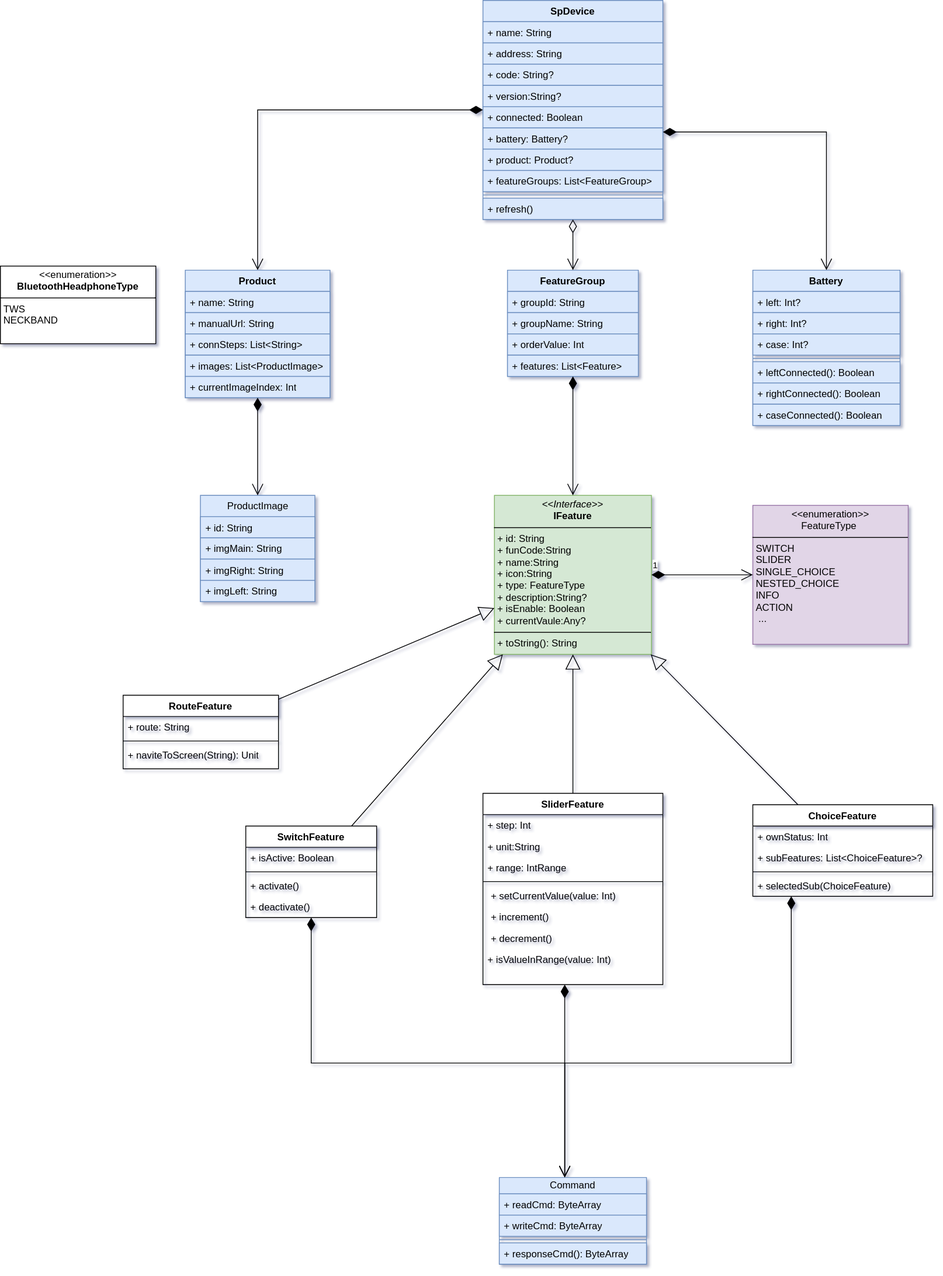
Above: sp-device.drawio.svg in kekemao00/draw-libs (draw.io), before the change. Source tidied: cells renumbered, new cells last; positions are measured from the earlier drawing's top-left corner, leaving out a move shared by most shapes.
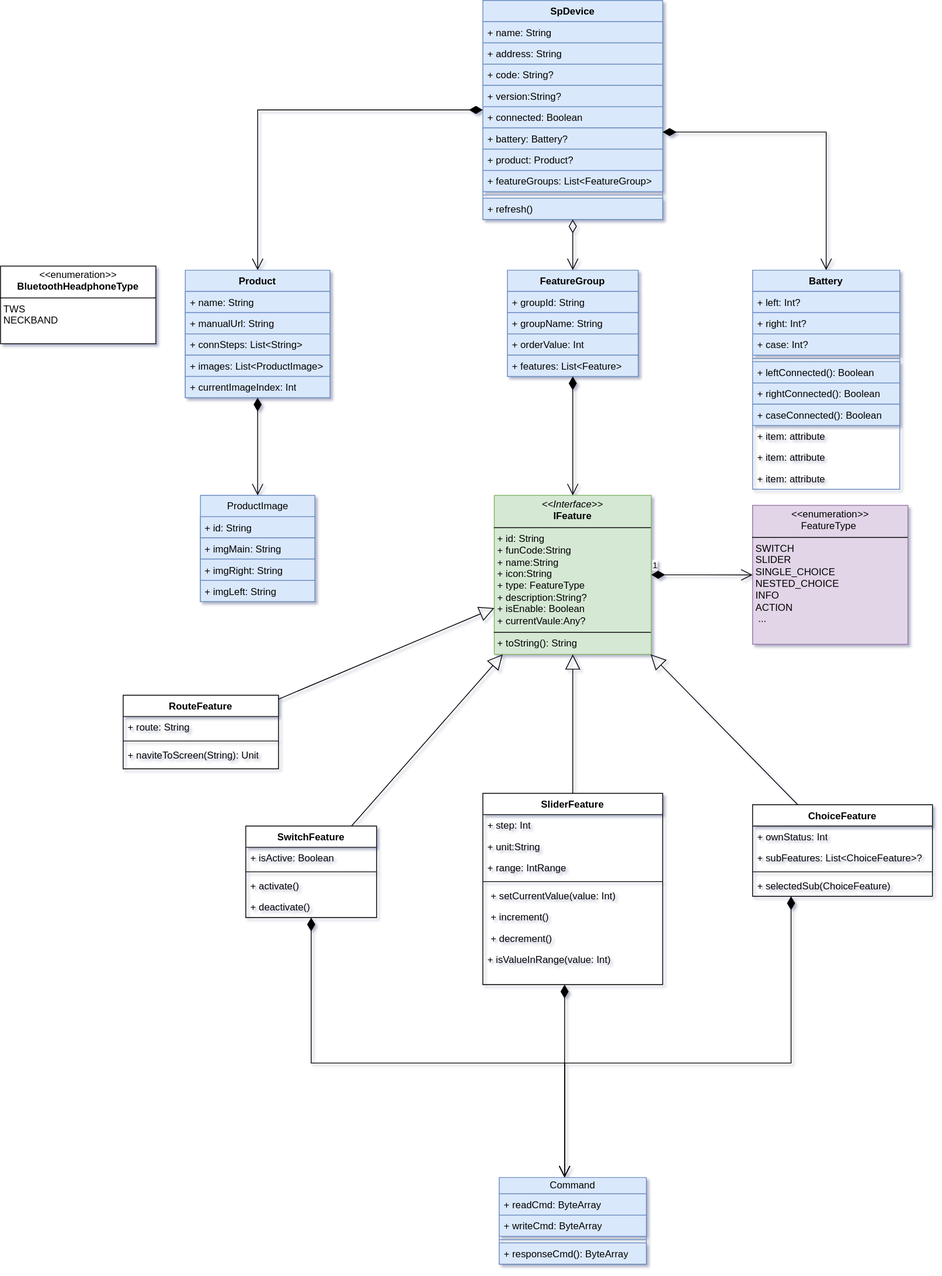
After the change.

Change to the diagram source:
```diff
@@ -36,7 +36,7 @@
       <mxGeometry y="242" width="220" height="26" as="geometry" />
     </mxCell>
     <mxCell id="13" value="Battery" style="swimlane;fontStyle=1;align=center;verticalAlign=top;horizontal=1;startSize=26;whiteSpace=wrap;html=1;labelBackgroundColor=none;rounded=0;fillColor=#dae8fc;strokeColor=#6c8ebf;" parent="1" vertex="1">
-      <mxGeometry x="920" y="330" width="180" height="190" as="geometry" />
+      <mxGeometry x="920" y="330" width="180" height="268" as="geometry" />
     </mxCell>
     <mxCell id="14" value="+&amp;nbsp;left: Int?" style="text;strokeColor=#6c8ebf;fillColor=#dae8fc;align=left;verticalAlign=top;spacingLeft=4;spacingRight=4;overflow=hidden;whiteSpace=wrap;html=1;labelBackgroundColor=none;rounded=0;" parent="13" vertex="1">
       <mxGeometry y="26" width="180" height="26" as="geometry" />
@@ -59,6 +59,15 @@
     <mxCell id="20" value="+ caseConnected(): Boolean" style="text;strokeColor=#6c8ebf;fillColor=#dae8fc;align=left;verticalAlign=top;spacingLeft=4;spacingRight=4;overflow=hidden;whiteSpace=wrap;html=1;" parent="13" vertex="1">
       <mxGeometry y="164" width="180" height="26" as="geometry" />
     </mxCell>
+    <mxCell id="81" value="+ item: attribute" style="text;strokeColor=none;fillColor=none;align=left;verticalAlign=top;spacingLeft=4;spacingRight=4;overflow=hidden;whiteSpace=wrap;html=1;" parent="13" vertex="1">
+      <mxGeometry y="190" width="180" height="26" as="geometry" />
+    </mxCell>
+    <mxCell id="82" value="+ item: attribute" style="text;strokeColor=none;fillColor=none;align=left;verticalAlign=top;spacingLeft=4;spacingRight=4;overflow=hidden;whiteSpace=wrap;html=1;" parent="13" vertex="1">
+      <mxGeometry y="216" width="180" height="26" as="geometry" />
+    </mxCell>
+    <mxCell id="83" value="+ item: attribute" style="text;strokeColor=none;fillColor=none;align=left;verticalAlign=top;spacingLeft=4;spacingRight=4;overflow=hidden;whiteSpace=wrap;html=1;" parent="13" vertex="1">
+      <mxGeometry y="242" width="180" height="26" as="geometry" />
+    </mxCell>
     <mxCell id="21" value="Product" style="swimlane;fontStyle=1;align=center;verticalAlign=top;horizontal=1;startSize=26;whiteSpace=wrap;html=1;labelBackgroundColor=none;rounded=0;fillColor=#dae8fc;strokeColor=#6c8ebf;" parent="1" vertex="1">
       <mxGeometry x="226" y="330" width="177" height="156" as="geometry" />
     </mxCell>
```
